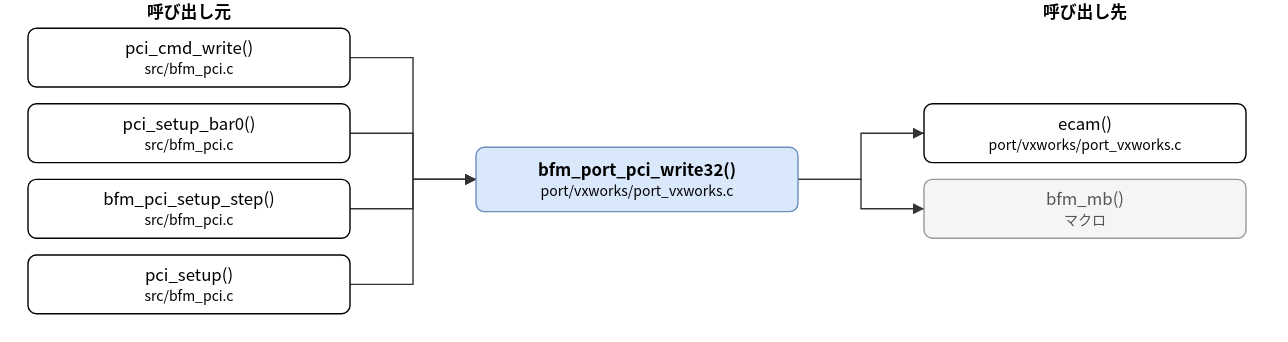
Before: doc/spec/images/call_port_vxworks_port_vxworks-bfm_port_pci_write32.drawio.svg, a diagram exported from draw.io (hf355051012-ai/bfmem). Source tidied: cells renumbered, new cells last; positions are measured from the earlier drawing's top-left corner, leaving out a move shared by most shapes. Its diagram source:
```xml
<mxGraphModel>
  <root>
    <mxCell id="0" />
    <mxCell id="1" parent="0" />
    <mxCell id="2" value="bfm_port_pci_write32()&lt;br&gt;&lt;font style=&quot;font-size:10px&quot;&gt;port/vxworks/port_vxworks.c&lt;/font&gt;" style="rounded=1;whiteSpace=wrap;html=1;fillColor=#dae8fc;strokeColor=#6c8ebf;fontStyle=1;" parent="1" vertex="1">
      <mxGeometry x="320" y="105" width="230" height="46" as="geometry" />
    </mxCell>
    <mxCell id="3" value="pci_cmd_write()&lt;br&gt;&lt;font style=&quot;font-size:10px&quot;&gt;src/bfm_pci.c&lt;/font&gt;" style="rounded=1;whiteSpace=wrap;html=1;" parent="1" vertex="1">
      <mxGeometry y="20" width="230" height="42" as="geometry" />
    </mxCell>
    <mxCell id="4" value="pci_setup_bar0()&lt;br&gt;&lt;font style=&quot;font-size:10px&quot;&gt;src/bfm_pci.c&lt;/font&gt;" style="rounded=1;whiteSpace=wrap;html=1;" parent="1" vertex="1">
      <mxGeometry y="74" width="230" height="42" as="geometry" />
    </mxCell>
    <mxCell id="5" value="bfm_pci_setup_step()&lt;br&gt;&lt;font style=&quot;font-size:10px&quot;&gt;src/bfm_pci.c&lt;/font&gt;" style="rounded=1;whiteSpace=wrap;html=1;" parent="1" vertex="1">
      <mxGeometry y="128" width="230" height="42" as="geometry" />
    </mxCell>
    <mxCell id="6" value="pci_setup()&lt;br&gt;&lt;font style=&quot;font-size:10px&quot;&gt;src/bfm_pci.c&lt;/font&gt;" style="rounded=1;whiteSpace=wrap;html=1;" parent="1" vertex="1">
      <mxGeometry y="182" width="230" height="42" as="geometry" />
    </mxCell>
    <mxCell id="7" value="ecam()&lt;br&gt;&lt;font style=&quot;font-size:10px&quot;&gt;port/vxworks/port_vxworks.c&lt;/font&gt;" style="rounded=1;whiteSpace=wrap;html=1;" parent="1" vertex="1">
      <mxGeometry x="640" y="74" width="230" height="42" as="geometry" />
    </mxCell>
    <mxCell id="8" value="bfm_mb()&lt;br&gt;&lt;font style=&quot;font-size:10px&quot;&gt;マクロ&lt;/font&gt;" style="rounded=1;whiteSpace=wrap;html=1;fillColor=#f5f5f5;strokeColor=#999999;fontColor=#555555;" parent="1" vertex="1">
      <mxGeometry x="640" y="128" width="230" height="42" as="geometry" />
    </mxCell>
    <mxCell id="9" style="edgeStyle=none;html=1;rounded=0;endArrow=block;endFill=1;exitX=1.0000;exitY=0.5000;exitDx=0;exitDy=0;exitPerimeter=0;entryX=0.0000;entryY=0.5000;entryDx=0;entryDy=0;entryPerimeter=0;" parent="1" edge="1" source="3" target="2">
      <mxGeometry relative="1" as="geometry">
        <Array as="points">
          <mxPoint x="275" y="41" />
          <mxPoint x="275" y="128" />
        </Array>
      </mxGeometry>
    </mxCell>
    <mxCell id="10" style="edgeStyle=none;html=1;rounded=0;endArrow=block;endFill=1;exitX=1.0000;exitY=0.5000;exitDx=0;exitDy=0;exitPerimeter=0;entryX=0.0000;entryY=0.5000;entryDx=0;entryDy=0;entryPerimeter=0;" parent="1" edge="1" source="4" target="2">
      <mxGeometry relative="1" as="geometry">
        <Array as="points">
          <mxPoint x="275" y="95" />
          <mxPoint x="275" y="128" />
        </Array>
      </mxGeometry>
    </mxCell>
    <mxCell id="11" style="edgeStyle=none;html=1;rounded=0;endArrow=block;endFill=1;exitX=1.0000;exitY=0.5000;exitDx=0;exitDy=0;exitPerimeter=0;entryX=0.0000;entryY=0.5000;entryDx=0;entryDy=0;entryPerimeter=0;" parent="1" edge="1" source="5" target="2">
      <mxGeometry relative="1" as="geometry">
        <Array as="points">
          <mxPoint x="275" y="149" />
          <mxPoint x="275" y="128" />
        </Array>
      </mxGeometry>
    </mxCell>
    <mxCell id="12" style="edgeStyle=none;html=1;rounded=0;endArrow=block;endFill=1;exitX=1.0000;exitY=0.5000;exitDx=0;exitDy=0;exitPerimeter=0;entryX=0.0000;entryY=0.5000;entryDx=0;entryDy=0;entryPerimeter=0;" parent="1" edge="1" source="6" target="2">
      <mxGeometry relative="1" as="geometry">
        <Array as="points">
          <mxPoint x="275" y="203" />
          <mxPoint x="275" y="128" />
        </Array>
      </mxGeometry>
    </mxCell>
    <mxCell id="13" style="edgeStyle=none;html=1;rounded=0;endArrow=block;endFill=1;exitX=1.0000;exitY=0.5000;exitDx=0;exitDy=0;exitPerimeter=0;entryX=0.0000;entryY=0.5000;entryDx=0;entryDy=0;entryPerimeter=0;" parent="1" edge="1" source="2" target="7">
      <mxGeometry relative="1" as="geometry">
        <Array as="points">
          <mxPoint x="595" y="128" />
          <mxPoint x="595" y="95" />
        </Array>
      </mxGeometry>
    </mxCell>
    <mxCell id="14" style="edgeStyle=none;html=1;rounded=0;endArrow=block;endFill=1;exitX=1.0000;exitY=0.5000;exitDx=0;exitDy=0;exitPerimeter=0;entryX=0.0000;entryY=0.5000;entryDx=0;entryDy=0;entryPerimeter=0;" parent="1" edge="1" source="2" target="8">
      <mxGeometry relative="1" as="geometry">
        <Array as="points">
          <mxPoint x="595" y="128" />
          <mxPoint x="595" y="149" />
        </Array>
      </mxGeometry>
    </mxCell>
    <mxCell id="15" value="呼び出し元" style="text;html=1;align=center;fontStyle=1;" parent="1" vertex="1">
      <mxGeometry x="35" width="160" height="18" as="geometry" />
    </mxCell>
    <mxCell id="16" value="呼び出し先" style="text;html=1;align=center;fontStyle=1;" parent="1" vertex="1">
      <mxGeometry x="675" width="160" height="18" as="geometry" />
    </mxCell>
  </root>
</mxGraphModel>
```
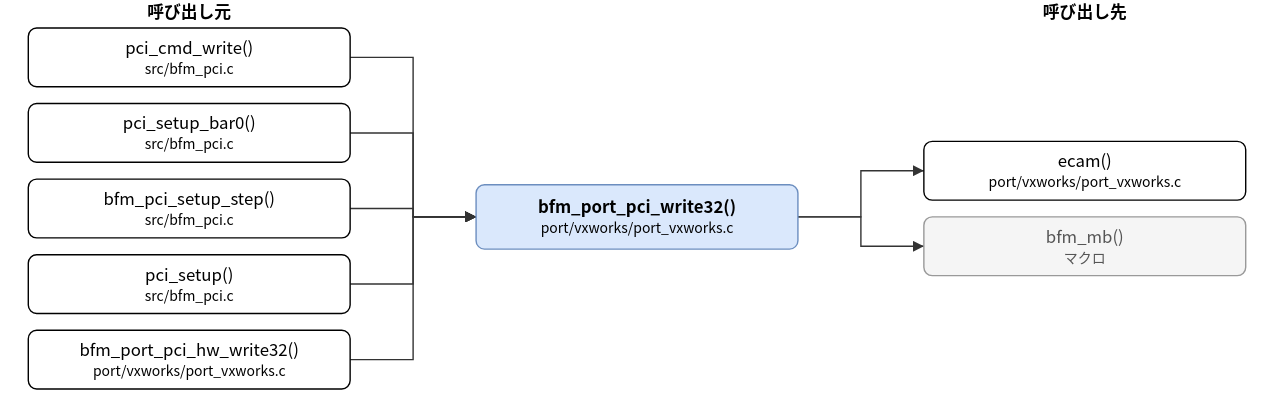
After the commit.

What changed in the source:
```diff
@@ -3,7 +3,7 @@
     <mxCell id="0" />
     <mxCell id="1" parent="0" />
     <mxCell id="2" value="bfm_port_pci_write32()&lt;br&gt;&lt;font style=&quot;font-size:10px&quot;&gt;port/vxworks/port_vxworks.c&lt;/font&gt;" style="rounded=1;whiteSpace=wrap;html=1;fillColor=#dae8fc;strokeColor=#6c8ebf;fontStyle=1;" parent="1" vertex="1">
-      <mxGeometry x="320" y="105" width="230" height="46" as="geometry" />
+      <mxGeometry x="320" y="132" width="230" height="46" as="geometry" />
     </mxCell>
     <mxCell id="3" value="pci_cmd_write()&lt;br&gt;&lt;font style=&quot;font-size:10px&quot;&gt;src/bfm_pci.c&lt;/font&gt;" style="rounded=1;whiteSpace=wrap;html=1;" parent="1" vertex="1">
       <mxGeometry y="20" width="230" height="42" as="geometry" />
@@ -17,17 +17,20 @@
     <mxCell id="6" value="pci_setup()&lt;br&gt;&lt;font style=&quot;font-size:10px&quot;&gt;src/bfm_pci.c&lt;/font&gt;" style="rounded=1;whiteSpace=wrap;html=1;" parent="1" vertex="1">
       <mxGeometry y="182" width="230" height="42" as="geometry" />
     </mxCell>
+    <mxCell id="17" value="bfm_port_pci_hw_write32()&lt;br&gt;&lt;font style=&quot;font-size:10px&quot;&gt;port/vxworks/port_vxworks.c&lt;/font&gt;" style="rounded=1;whiteSpace=wrap;html=1;" parent="1" vertex="1">
+      <mxGeometry y="236" width="230" height="42" as="geometry" />
+    </mxCell>
     <mxCell id="7" value="ecam()&lt;br&gt;&lt;font style=&quot;font-size:10px&quot;&gt;port/vxworks/port_vxworks.c&lt;/font&gt;" style="rounded=1;whiteSpace=wrap;html=1;" parent="1" vertex="1">
-      <mxGeometry x="640" y="74" width="230" height="42" as="geometry" />
+      <mxGeometry x="640" y="101" width="230" height="42" as="geometry" />
     </mxCell>
     <mxCell id="8" value="bfm_mb()&lt;br&gt;&lt;font style=&quot;font-size:10px&quot;&gt;マクロ&lt;/font&gt;" style="rounded=1;whiteSpace=wrap;html=1;fillColor=#f5f5f5;strokeColor=#999999;fontColor=#555555;" parent="1" vertex="1">
-      <mxGeometry x="640" y="128" width="230" height="42" as="geometry" />
+      <mxGeometry x="640" y="155" width="230" height="42" as="geometry" />
     </mxCell>
     <mxCell id="9" style="edgeStyle=none;html=1;rounded=0;endArrow=block;endFill=1;exitX=1.0000;exitY=0.5000;exitDx=0;exitDy=0;exitPerimeter=0;entryX=0.0000;entryY=0.5000;entryDx=0;entryDy=0;entryPerimeter=0;" parent="1" edge="1" source="3" target="2">
       <mxGeometry relative="1" as="geometry">
         <Array as="points">
           <mxPoint x="275" y="41" />
-          <mxPoint x="275" y="128" />
+          <mxPoint x="275" y="155" />
         </Array>
       </mxGeometry>
     </mxCell>
@@ -35,7 +38,7 @@
       <mxGeometry relative="1" as="geometry">
         <Array as="points">
           <mxPoint x="275" y="95" />
-          <mxPoint x="275" y="128" />
+          <mxPoint x="275" y="155" />
         </Array>
       </mxGeometry>
     </mxCell>
@@ -43,7 +46,7 @@
       <mxGeometry relative="1" as="geometry">
         <Array as="points">
           <mxPoint x="275" y="149" />
-          <mxPoint x="275" y="128" />
+          <mxPoint x="275" y="155" />
         </Array>
       </mxGeometry>
     </mxCell>
@@ -51,26 +54,34 @@
       <mxGeometry relative="1" as="geometry">
         <Array as="points">
           <mxPoint x="275" y="203" />
-          <mxPoint x="275" y="128" />
+          <mxPoint x="275" y="155" />
         </Array>
       </mxGeometry>
     </mxCell>
-    <mxCell id="13" style="edgeStyle=none;html=1;rounded=0;endArrow=block;endFill=1;exitX=1.0000;exitY=0.5000;exitDx=0;exitDy=0;exitPerimeter=0;entryX=0.0000;entryY=0.5000;entryDx=0;entryDy=0;entryPerimeter=0;" parent="1" edge="1" source="2" target="7">
+    <mxCell id="13" style="edgeStyle=none;html=1;rounded=0;endArrow=block;endFill=1;exitX=1.0000;exitY=0.5000;exitDx=0;exitDy=0;exitPerimeter=0;entryX=0.0000;entryY=0.5000;entryDx=0;entryDy=0;entryPerimeter=0;" parent="1" edge="1" source="17" target="2">
       <mxGeometry relative="1" as="geometry">
         <Array as="points">
-          <mxPoint x="595" y="128" />
-          <mxPoint x="595" y="95" />
+          <mxPoint x="275" y="257" />
+          <mxPoint x="275" y="155" />
         </Array>
       </mxGeometry>
     </mxCell>
-    <mxCell id="14" style="edgeStyle=none;html=1;rounded=0;endArrow=block;endFill=1;exitX=1.0000;exitY=0.5000;exitDx=0;exitDy=0;exitPerimeter=0;entryX=0.0000;entryY=0.5000;entryDx=0;entryDy=0;entryPerimeter=0;" parent="1" edge="1" source="2" target="8">
+    <mxCell id="14" style="edgeStyle=none;html=1;rounded=0;endArrow=block;endFill=1;exitX=1.0000;exitY=0.5000;exitDx=0;exitDy=0;exitPerimeter=0;entryX=0.0000;entryY=0.5000;entryDx=0;entryDy=0;entryPerimeter=0;" parent="1" edge="1" source="2" target="7">
       <mxGeometry relative="1" as="geometry">
         <Array as="points">
-          <mxPoint x="595" y="128" />
-          <mxPoint x="595" y="149" />
+          <mxPoint x="595" y="155" />
+          <mxPoint x="595" y="122" />
         </Array>
       </mxGeometry>
     </mxCell>
+    <mxCell id="18" style="edgeStyle=none;html=1;rounded=0;endArrow=block;endFill=1;exitX=1.0000;exitY=0.5000;exitDx=0;exitDy=0;exitPerimeter=0;entryX=0.0000;entryY=0.5000;entryDx=0;entryDy=0;entryPerimeter=0;" parent="1" edge="1" source="2" target="8">
+      <mxGeometry relative="1" as="geometry">
+        <Array as="points">
+          <mxPoint x="595" y="155" />
+          <mxPoint x="595" y="176" />
+        </Array>
+      </mxGeometry>
+    </mxCell>
     <mxCell id="15" value="呼び出し元" style="text;html=1;align=center;fontStyle=1;" parent="1" vertex="1">
       <mxGeometry x="35" width="160" height="18" as="geometry" />
     </mxCell>
```
